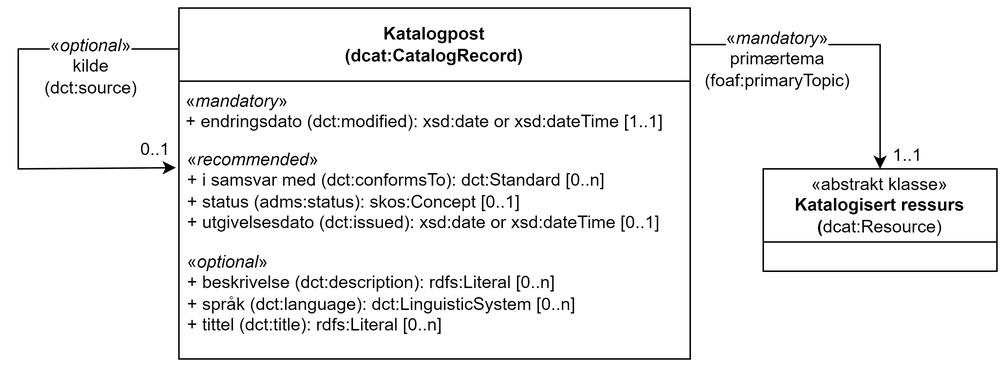
Before: docs/images/Klassen-Katalogpost.png, a diagram exported from draw.io (Informasjonsforvaltning/dcat-ap-no). Source tidied: cells renumbered, new cells last; positions are measured from the earlier drawing's top-left corner, leaving out a move shared by most shapes. Source of this version:
```xml
<mxGraphModel>
  <root>
    <mxCell id="0" />
    <mxCell id="1" parent="0" />
    <mxCell id="2" value="Katalogpost&lt;br&gt;(dcat:CatalogRecord)" style="swimlane;whiteSpace=wrap;html=1;startSize=50;" parent="1" vertex="1">
      <mxGeometry x="110" width="350" height="240" as="geometry" />
    </mxCell>
    <mxCell id="3" value="«&lt;i&gt;mandatory&lt;/i&gt;»&lt;br&gt;+ endringsdato (dct:modified):&amp;nbsp;xsd:date or xsd:dateTime [1..1]" style="text;strokeColor=none;fillColor=none;align=left;verticalAlign=top;spacingLeft=4;spacingRight=4;overflow=hidden;whiteSpace=wrap;html=1;" parent="2" vertex="1">
      <mxGeometry x="-1" y="50" width="351" height="50" as="geometry" />
    </mxCell>
    <mxCell id="4" value="&lt;div&gt;«&lt;i&gt;recommended&lt;/i&gt;»&lt;/div&gt;&lt;div&gt;+ i samsvar med (dct:conformsTo): dct:Standard [0..n]&lt;/div&gt;&lt;div&gt;+ status (adms:status): skos:Concept [0..1]&lt;/div&gt;&lt;div&gt;+ utgivelsesdato (dct:issued): xsd:date or xsd:dateTime [0..1]&lt;/div&gt;" style="text;strokeColor=none;fillColor=none;align=left;verticalAlign=top;spacingLeft=4;spacingRight=4;overflow=hidden;points=[[0,0.5],[1,0.5]];portConstraint=eastwest;whiteSpace=wrap;html=1;" parent="2" vertex="1">
      <mxGeometry y="90" width="350" height="70" as="geometry" />
    </mxCell>
    <mxCell id="5" style="endArrow=classic;html=1;rounded=0;entryX=-0.006;entryY=0.274;entryDx=0;entryDy=0;entryPerimeter=0;" parent="2" edge="1" target="4">
      <mxGeometry relative="1" as="geometry">
        <mxPoint y="28" as="sourcePoint" />
        <Array as="points">
          <mxPoint x="-110" y="28" />
          <mxPoint x="-110" y="110" />
        </Array>
      </mxGeometry>
    </mxCell>
    <mxCell id="6" value="&lt;div&gt;«&lt;i&gt;optional&lt;/i&gt;»&lt;/div&gt;&lt;div&gt;+ beskrivelse (dct:description): rdfs:Literal [0..n]&lt;/div&gt;&lt;div&gt;+ språk (dct:language): dct:LinguisticSystem [0..n]&lt;/div&gt;&lt;div&gt;+ tittel (dct:title): rdfs:Literal [0..n]&lt;/div&gt;" style="text;strokeColor=none;fillColor=none;align=left;verticalAlign=top;spacingLeft=4;spacingRight=4;overflow=hidden;whiteSpace=wrap;html=1;" parent="2" vertex="1">
      <mxGeometry y="160" width="350" height="70" as="geometry" />
    </mxCell>
    <mxCell id="7" value="&lt;span style=&quot;font-weight: normal;&quot;&gt;«abstrakt klasse»&lt;/span&gt;&lt;br&gt;Katalogisert ressurs&lt;br&gt;(&lt;span style=&quot;font-weight: 400;&quot;&gt;dcat:Resource&lt;/span&gt;&lt;span style=&quot;font-weight: normal;&quot;&gt;)&lt;/span&gt;" style="swimlane;whiteSpace=wrap;html=1;startSize=50;" parent="1" vertex="1">
      <mxGeometry x="510" y="110" width="160" height="70" as="geometry" />
    </mxCell>
    <mxCell id="8" style="endArrow=classic;html=1;rounded=0;entryX=0.5;entryY=0;entryDx=0;entryDy=0;" parent="1" edge="1" target="7">
      <mxGeometry relative="1" as="geometry">
        <mxPoint x="460" y="25" as="sourcePoint" />
        <Array as="points">
          <mxPoint x="590" y="25" />
        </Array>
      </mxGeometry>
    </mxCell>
    <mxCell id="9" value="&lt;span style=&quot;background-color: rgb(255, 255, 255);&quot;&gt;«&lt;i&gt;mandatory&lt;/i&gt;»&lt;br&gt;primærtema&lt;br&gt;(foaf:primaryTopic)&lt;/span&gt;" style="text;html=1;strokeColor=none;fillColor=none;align=center;verticalAlign=middle;whiteSpace=wrap;rounded=0;" parent="1" vertex="1">
      <mxGeometry x="490" y="20" width="60" height="30" as="geometry" />
    </mxCell>
    <mxCell id="10" value="1..1" style="text;html=1;strokeColor=none;fillColor=none;align=center;verticalAlign=middle;whiteSpace=wrap;rounded=0;" parent="1" vertex="1">
      <mxGeometry x="589" y="86" width="40" height="30" as="geometry" />
    </mxCell>
    <mxCell id="11" value="&lt;div&gt;&lt;span style=&quot;background-color: rgb(255, 255, 255);&quot;&gt;«&lt;i&gt;optional&lt;/i&gt;»&lt;/span&gt;&lt;/div&gt;&lt;span style=&quot;background-color: rgb(255, 255, 255);&quot;&gt;kilde&lt;br&gt;(dct:source)&lt;/span&gt;" style="text;html=1;strokeColor=none;fillColor=none;align=center;verticalAlign=middle;whiteSpace=wrap;rounded=0;" parent="1" vertex="1">
      <mxGeometry x="20" y="20" width="60" height="40" as="geometry" />
    </mxCell>
    <mxCell id="12" value="0..1" style="text;html=1;strokeColor=none;fillColor=none;align=center;verticalAlign=middle;whiteSpace=wrap;rounded=0;" parent="1" vertex="1">
      <mxGeometry x="74" y="82" width="40" height="30" as="geometry" />
    </mxCell>
  </root>
</mxGraphModel>
```
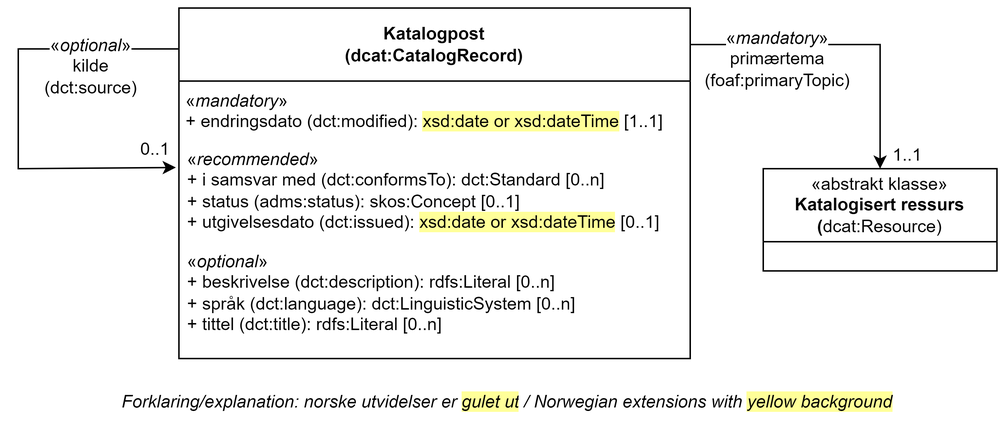
The same diagram one commit later.

Commit message:
Oppdaterer norsk utvidelse, Katalogpost

What changed in the source:
```diff
@@ -5,10 +5,10 @@
     <mxCell id="2" value="Katalogpost&lt;br&gt;(dcat:CatalogRecord)" style="swimlane;whiteSpace=wrap;html=1;startSize=50;" parent="1" vertex="1">
       <mxGeometry x="110" width="350" height="240" as="geometry" />
     </mxCell>
-    <mxCell id="3" value="«&lt;i&gt;mandatory&lt;/i&gt;»&lt;br&gt;+ endringsdato (dct:modified):&amp;nbsp;xsd:date or xsd:dateTime [1..1]" style="text;strokeColor=none;fillColor=none;align=left;verticalAlign=top;spacingLeft=4;spacingRight=4;overflow=hidden;whiteSpace=wrap;html=1;" parent="2" vertex="1">
+    <mxCell id="3" value="«&lt;i&gt;mandatory&lt;/i&gt;»&lt;br&gt;+ endringsdato (dct:modified):&amp;nbsp;&lt;span style=&quot;background-color: rgb(255, 255, 153);&quot;&gt;xsd:date or xsd:dateTime&lt;/span&gt; [1..1]" style="text;strokeColor=none;fillColor=none;align=left;verticalAlign=top;spacingLeft=4;spacingRight=4;overflow=hidden;whiteSpace=wrap;html=1;" parent="2" vertex="1">
       <mxGeometry x="-1" y="50" width="351" height="50" as="geometry" />
     </mxCell>
-    <mxCell id="4" value="&lt;div&gt;«&lt;i&gt;recommended&lt;/i&gt;»&lt;/div&gt;&lt;div&gt;+ i samsvar med (dct:conformsTo): dct:Standard [0..n]&lt;/div&gt;&lt;div&gt;+ status (adms:status): skos:Concept [0..1]&lt;/div&gt;&lt;div&gt;+ utgivelsesdato (dct:issued): xsd:date or xsd:dateTime [0..1]&lt;/div&gt;" style="text;strokeColor=none;fillColor=none;align=left;verticalAlign=top;spacingLeft=4;spacingRight=4;overflow=hidden;points=[[0,0.5],[1,0.5]];portConstraint=eastwest;whiteSpace=wrap;html=1;" parent="2" vertex="1">
+    <mxCell id="4" value="&lt;div&gt;«&lt;i&gt;recommended&lt;/i&gt;»&lt;/div&gt;&lt;div&gt;+ i samsvar med (dct:conformsTo): dct:Standard [0..n]&lt;/div&gt;&lt;div&gt;+ status (adms:status): skos:Concept [0..1]&lt;/div&gt;&lt;div&gt;+ utgivelsesdato (dct:issued): &lt;span style=&quot;background-color: rgb(255, 255, 153);&quot;&gt;xsd:date or xsd:dateTime&lt;/span&gt; [0..1]&lt;/div&gt;" style="text;strokeColor=none;fillColor=none;align=left;verticalAlign=top;spacingLeft=4;spacingRight=4;overflow=hidden;points=[[0,0.5],[1,0.5]];portConstraint=eastwest;whiteSpace=wrap;html=1;" parent="2" vertex="1">
       <mxGeometry y="90" width="350" height="70" as="geometry" />
     </mxCell>
     <mxCell id="5" style="endArrow=classic;html=1;rounded=0;entryX=-0.006;entryY=0.274;entryDx=0;entryDy=0;entryPerimeter=0;" parent="2" edge="1" target="4">
@@ -46,5 +46,8 @@
     <mxCell id="12" value="0..1" style="text;html=1;strokeColor=none;fillColor=none;align=center;verticalAlign=middle;whiteSpace=wrap;rounded=0;" parent="1" vertex="1">
       <mxGeometry x="74" y="82" width="40" height="30" as="geometry" />
     </mxCell>
+    <mxCell id="13" value="Forklaring/explanation: norske utvidelser er&amp;nbsp;&lt;span style=&quot;background-color: rgb(255, 255, 153);&quot;&gt;gulet ut&lt;/span&gt;&lt;span style=&quot;background-color: rgb(255 , 255 , 255)&quot;&gt;&amp;nbsp;/&amp;nbsp;Norwegian extensions with &lt;/span&gt;&lt;span style=&quot;background-color: rgb(255, 255, 153);&quot;&gt;yellow background&lt;/span&gt;" style="text;html=1;strokeColor=none;fillColor=none;align=center;verticalAlign=middle;whiteSpace=wrap;rounded=0;fontStyle=2;" parent="1" vertex="1">
+      <mxGeometry y="260" width="670" height="20" as="geometry" />
+    </mxCell>
   </root>
 </mxGraphModel>
```
